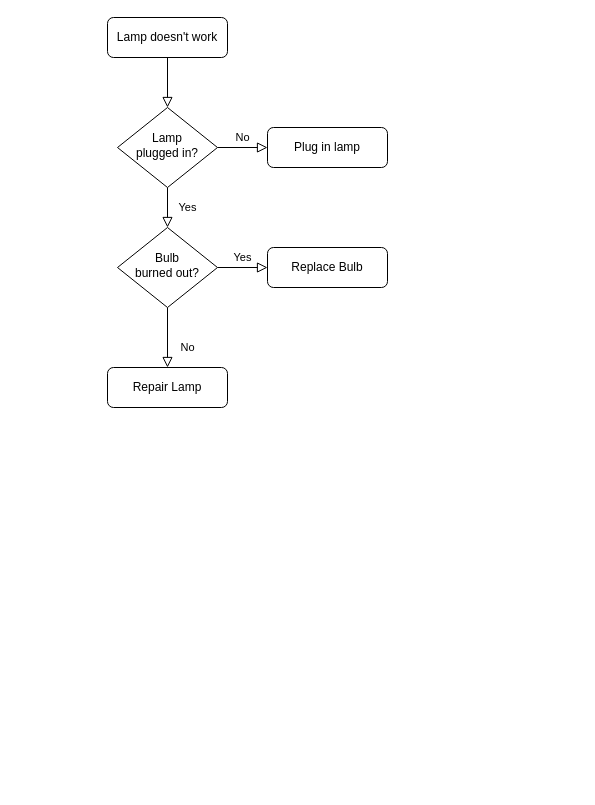
Earlier version of the draw.io diagram lupr_high_level.drawio (ajaypaulfrancis/ajpaul). Source tidied: cells renumbered, new cells numbered last; positions are measured from the earlier drawing's top-left corner, leaving out a move shared by most shapes. Both pictures are drawn from the tidied source at 100%, with x=0, y=0 at pixel (107, 17).
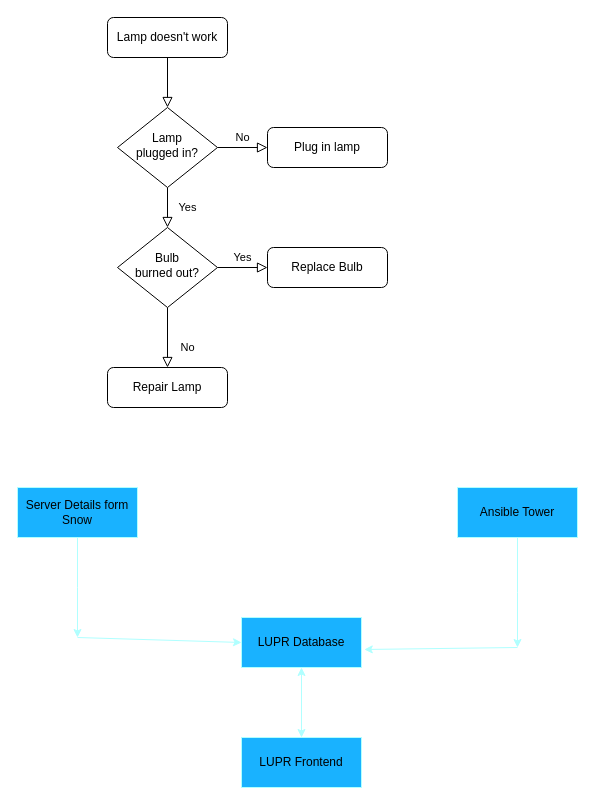
After the change.

The edit, as a diff of the source:
```diff
@@
+    <mxCell id="13" style="edgeStyle=orthogonalEdgeStyle;rounded=0;jettySize=auto;html=1;strokeColor=#B0FFFF;fillColor=#19B2FF;" parent="1" edge="1" source="14">
+      <mxGeometry relative="1" as="geometry">
+        <mxPoint x="-30" y="620" as="targetPoint" />
+      </mxGeometry>
+    </mxCell>
+    <mxCell id="14" value="Server Details form Snow" style="rounded=0;whiteSpace=wrap;html=1;strokeColor=#B0FFFF;fillColor=#19B2FF;" parent="1" vertex="1">
+      <mxGeometry x="-90" y="470" width="120" height="50" as="geometry" />
+    </mxCell>
+    <mxCell id="15" value="LUPR Database" style="rounded=0;whiteSpace=wrap;html=1;strokeColor=#B0FFFF;fillColor=#19B2FF;" parent="1" vertex="1">
+      <mxGeometry x="134" y="600" width="120" height="50" as="geometry" />
+    </mxCell>
+    <mxCell id="16" style="edgeStyle=orthogonalEdgeStyle;rounded=0;jettySize=auto;html=1;strokeColor=#B0FFFF;fillColor=#19B2FF;" parent="1" edge="1" source="17">
+      <mxGeometry relative="1" as="geometry">
+        <mxPoint x="410" y="630" as="targetPoint" />
+      </mxGeometry>
+    </mxCell>
+    <mxCell id="17" value="Ansible Tower" style="rounded=0;whiteSpace=wrap;html=1;strokeColor=#B0FFFF;fillColor=#19B2FF;" parent="1" vertex="1">
+      <mxGeometry x="350" y="470" width="120" height="50" as="geometry" />
+    </mxCell>
+    <mxCell id="18" value="LUPR Frontend" style="rounded=0;whiteSpace=wrap;html=1;strokeColor=#B0FFFF;fillColor=#19B2FF;" parent="1" vertex="1">
+      <mxGeometry x="134" y="720" width="120" height="50" as="geometry" />
+    </mxCell>
+    <mxCell id="19" style="endArrow=classic;startArrow=classic;html=1;entryX=0.5;entryY=1;entryDx=0;entryDy=0;exitX=0.5;exitY=0;exitDx=0;exitDy=0;strokeColor=#B0FFFF;fillColor=#19B2FF;" parent="1" edge="1" source="18" target="15">
+      <mxGeometry relative="1" as="geometry" />
+    </mxCell>
+    <mxCell id="20" style="endArrow=classic;html=1;entryX=0;entryY=0.5;entryDx=0;entryDy=0;strokeColor=#B0FFFF;fillColor=#19B2FF;" parent="1" edge="1" target="15">
+      <mxGeometry relative="1" as="geometry">
+        <mxPoint x="-30" y="620" as="sourcePoint" />
+      </mxGeometry>
+    </mxCell>
+    <mxCell id="21" style="endArrow=classic;html=1;entryX=1.023;entryY=0.64;entryDx=0;entryDy=0;entryPerimeter=0;strokeColor=#B0FFFF;fillColor=#19B2FF;" parent="1" edge="1" target="15">
+      <mxGeometry relative="1" as="geometry">
+        <mxPoint x="410" y="630" as="sourcePoint" />
+      </mxGeometry>
+    </mxCell>
```
